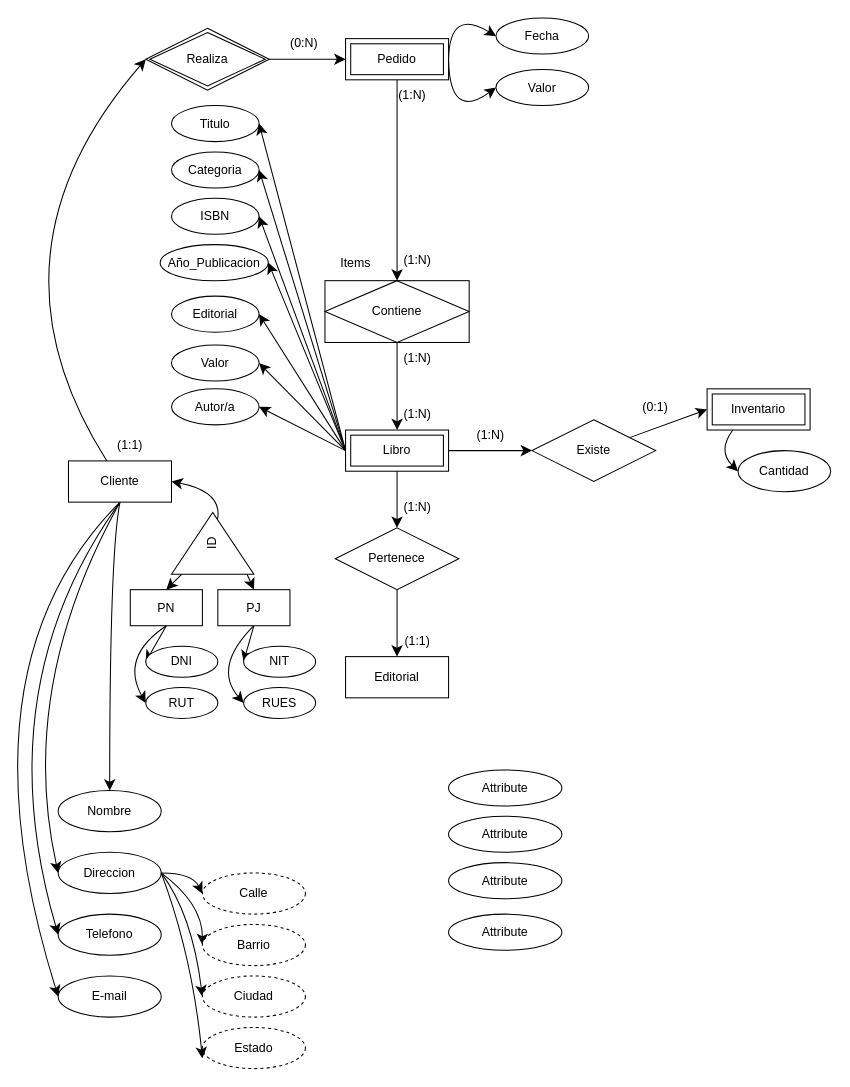
LejImkoaj/modelado-bases-de-datos keeps this draw.io diagram as Entidad-Relacion.drawio. Above is the earlier version. Source tidied: cells renumbered, new cells numbered last; positions are measured from the earlier drawing's top-left corner, leaving out a move shared by most shapes. Both pictures are drawn from the tidied source at 103%, with x=0, y=0 at pixel (-45, 7).
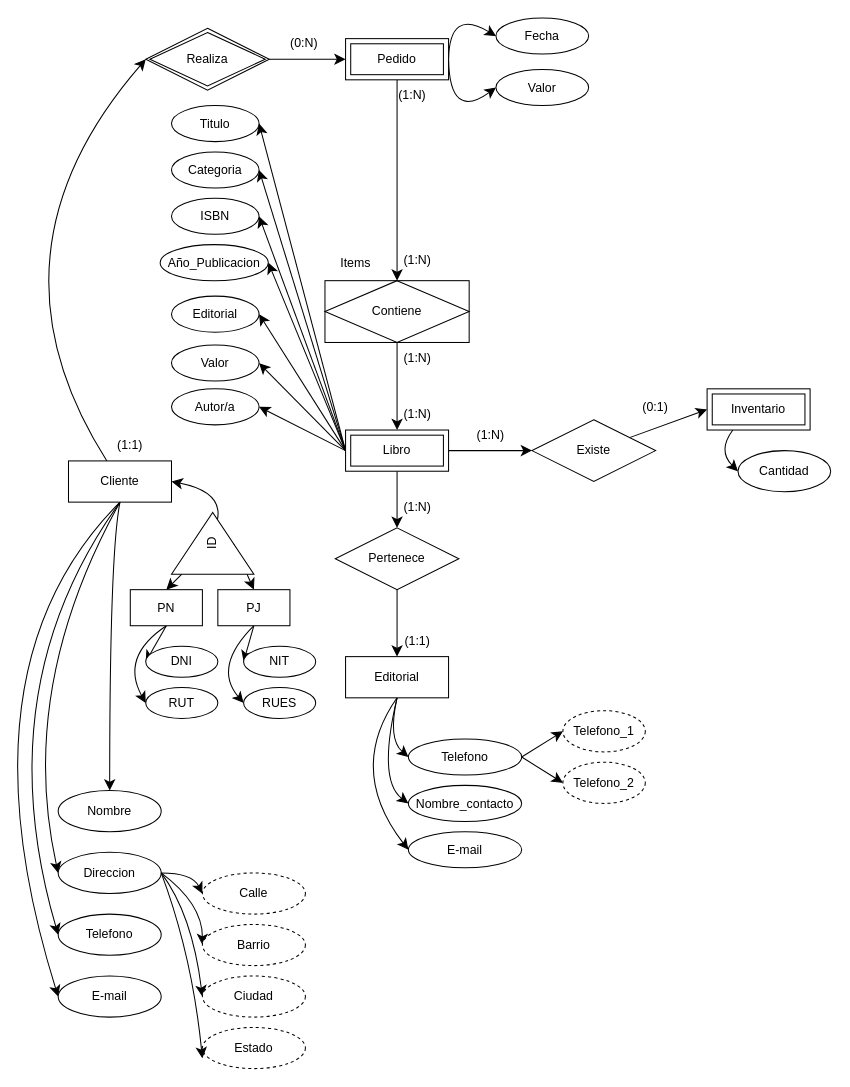
Above is the later version.

Unchanged cells that the change refers to:
```xml
<mxCell id="12" value="Editorial" style="whiteSpace=wrap;html=1;align=center;" parent="1" vertex="1">
  <mxGeometry x="379" y="630" width="100" height="40" as="geometry" />
</mxCell>
```

Change to the diagram source:
```diff
@@
+    <mxCell id="85" style="edgeStyle=none;curved=1;rounded=0;jettySize=auto;html=1;exitX=0.5;exitY=1;exitDx=0;exitDy=0;entryX=0;entryY=0.5;entryDx=0;entryDy=0;fontSize=12;startSize=8;endSize=8;" parent="1" edge="1" source="12" target="81">
+      <mxGeometry relative="1" as="geometry">
+        <Array as="points">
+          <mxPoint x="420" y="710" />
+        </Array>
+      </mxGeometry>
+    </mxCell>
+    <mxCell id="86" style="edgeStyle=none;curved=1;rounded=0;jettySize=auto;html=1;exitX=0.5;exitY=1;exitDx=0;exitDy=0;entryX=0;entryY=0.5;entryDx=0;entryDy=0;fontSize=12;startSize=8;endSize=8;" parent="1" edge="1" source="12" target="84">
+      <mxGeometry relative="1" as="geometry">
+        <Array as="points">
+          <mxPoint x="410" y="750" />
+        </Array>
+      </mxGeometry>
+    </mxCell>
+    <mxCell id="87" style="edgeStyle=none;curved=1;rounded=0;jettySize=auto;html=1;exitX=0.5;exitY=1;exitDx=0;exitDy=0;entryX=0;entryY=0.5;entryDx=0;entryDy=0;fontSize=12;startSize=8;endSize=8;" parent="1" edge="1" source="12" target="83">
+      <mxGeometry relative="1" as="geometry">
+        <Array as="points">
+          <mxPoint x="380" y="740" />
+        </Array>
+      </mxGeometry>
+    </mxCell>
@@
+    <mxCell id="88" style="edgeStyle=none;curved=1;rounded=0;jettySize=auto;html=1;exitX=1;exitY=0.5;exitDx=0;exitDy=0;entryX=0;entryY=0.5;entryDx=0;entryDy=0;fontSize=12;startSize=8;endSize=8;" parent="1" edge="1" source="81" target="90">
+      <mxGeometry relative="1" as="geometry" />
+    </mxCell>
+    <mxCell id="89" style="edgeStyle=none;curved=1;rounded=0;jettySize=auto;html=1;exitX=1;exitY=0.5;exitDx=0;exitDy=0;entryX=0;entryY=0.5;entryDx=0;entryDy=0;fontSize=12;startSize=8;endSize=8;" parent="1" edge="1" source="81" target="91">
+      <mxGeometry relative="1" as="geometry" />
+    </mxCell>
-    <mxCell id="81" value="Attribute" style="ellipse;whiteSpace=wrap;html=1;align=center;" parent="1" vertex="1">
-      <mxGeometry x="479" y="740" width="110" height="35" as="geometry" />
+    <mxCell id="81" value="Telefono" style="ellipse;whiteSpace=wrap;html=1;align=center;" parent="1" vertex="1">
+      <mxGeometry x="440" y="710" width="110" height="35" as="geometry" />
     </mxCell>
-    <mxCell id="82" value="Attribute" style="ellipse;whiteSpace=wrap;html=1;align=center;" parent="1" vertex="1">
-      <mxGeometry x="479" y="880" width="110" height="35" as="geometry" />
-    </mxCell>
-    <mxCell id="83" value="Attribute" style="ellipse;whiteSpace=wrap;html=1;align=center;" parent="1" vertex="1">
-      <mxGeometry x="479" y="830" width="110" height="35" as="geometry" />
+    <mxCell id="83" value="E-mail" style="ellipse;whiteSpace=wrap;html=1;align=center;" parent="1" vertex="1">
+      <mxGeometry x="440" y="800" width="110" height="35" as="geometry" />
     </mxCell>
-    <mxCell id="84" value="Attribute" style="ellipse;whiteSpace=wrap;html=1;align=center;" parent="1" vertex="1">
-      <mxGeometry x="479" y="785" width="110" height="35" as="geometry" />
+    <mxCell id="84" value="Nombre_contacto" style="ellipse;whiteSpace=wrap;html=1;align=center;" parent="1" vertex="1">
+      <mxGeometry x="440" y="755" width="110" height="35" as="geometry" />
     </mxCell>
+    <mxCell id="90" value="Telefono_1" style="ellipse;whiteSpace=wrap;html=1;align=center;dashed=1;" parent="1" vertex="1">
+      <mxGeometry x="590" y="682.5" width="80" height="40" as="geometry" />
+    </mxCell>
+    <mxCell id="91" value="Telefono_2" style="ellipse;whiteSpace=wrap;html=1;align=center;dashed=1;" parent="1" vertex="1">
+      <mxGeometry x="590" y="732.5" width="80" height="40" as="geometry" />
+    </mxCell>
```
